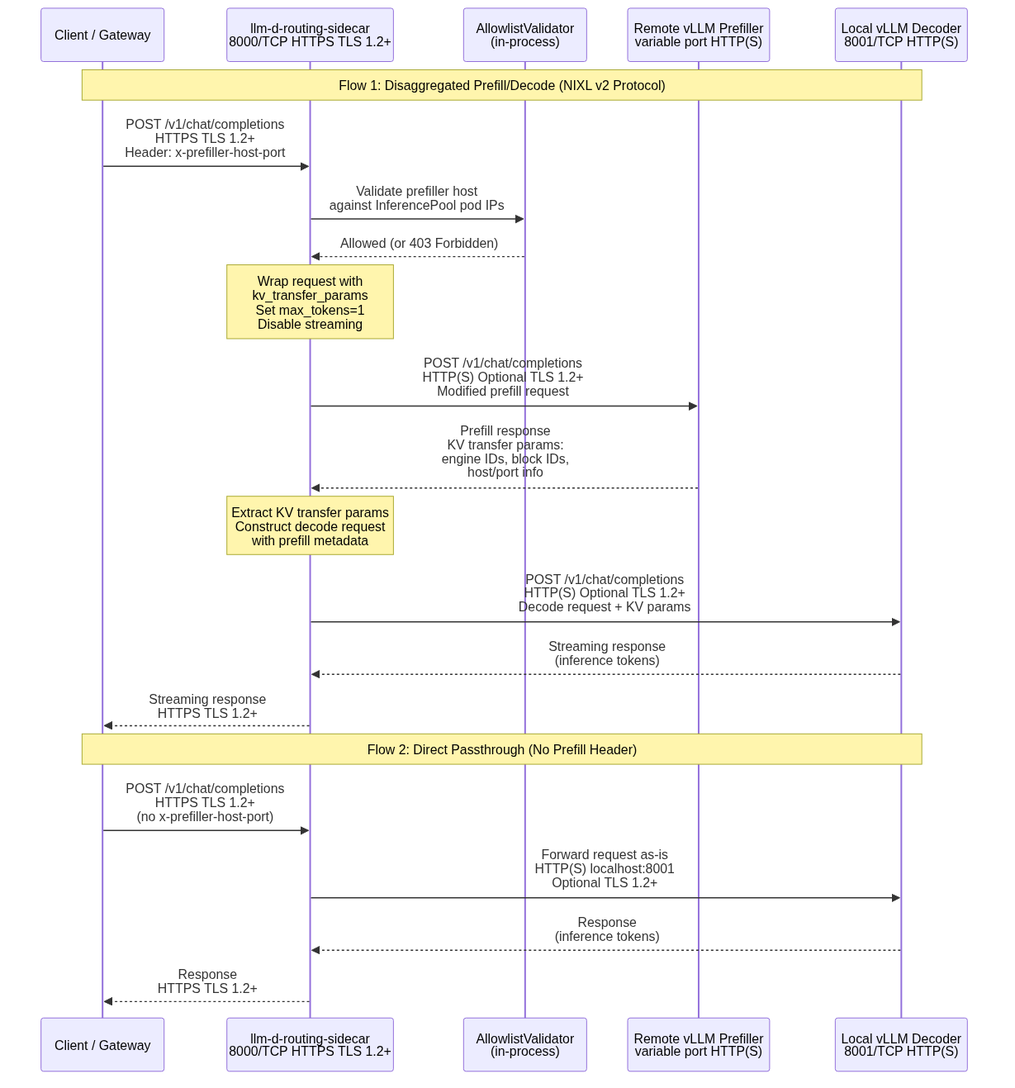
Before: architecture/rhoai.next/diagrams/llm-d-routing-sidecar-dataflow.png, a diagram exported from Mermaid (rhuss/architecture-context). Its source is kept beside it as architecture/rhoai.next/diagrams/llm-d-routing-sidecar-dataflow.mmd.
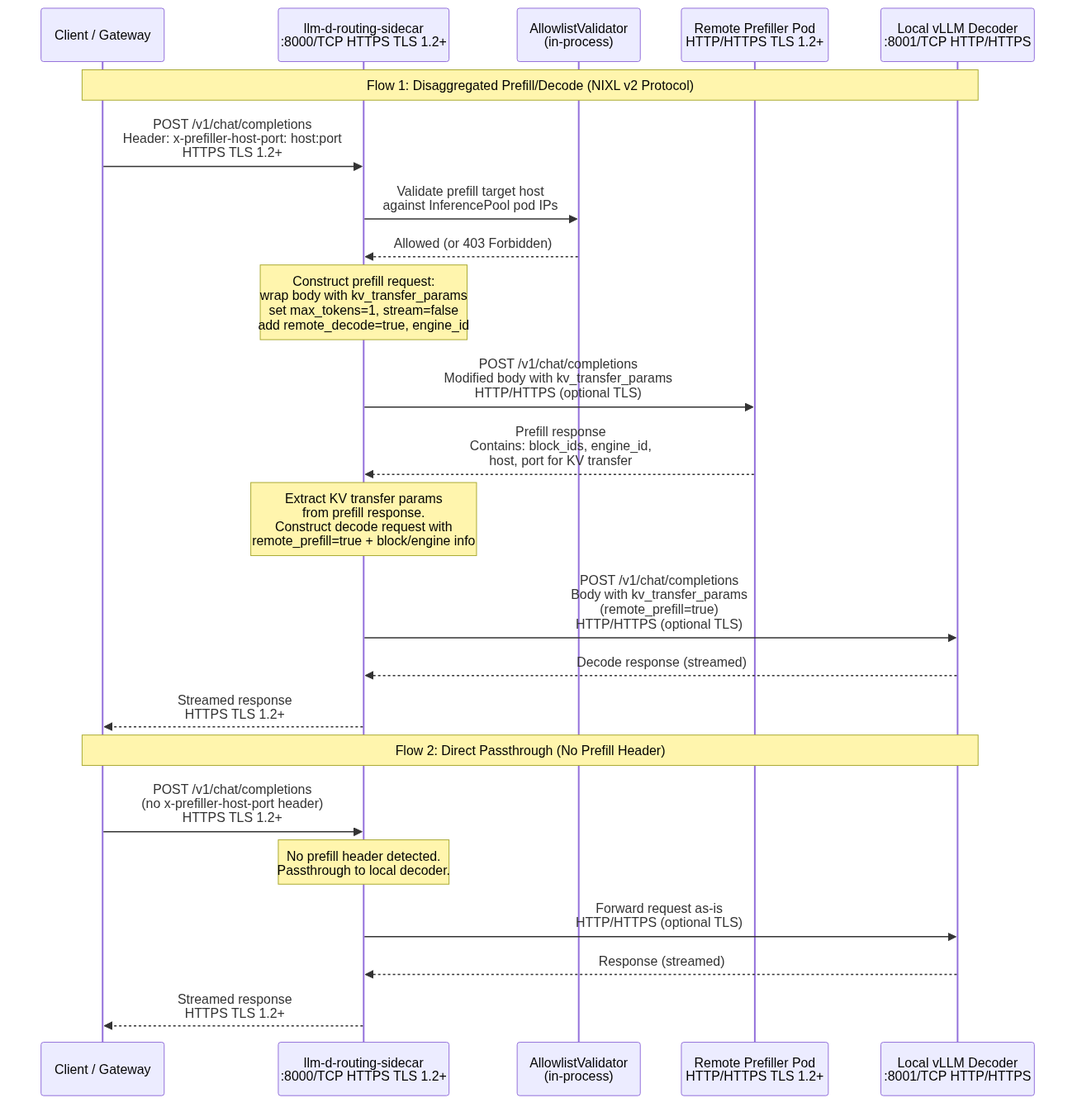
After the commit.

Diff of the diagram source:
```diff
@@ -1,37 +1,33 @@
 sequenceDiagram
     participant Client as Client / Gateway
-    participant Sidecar as llm-d-routing-sidecar<br/>8000/TCP HTTPS TLS 1.2+
+    participant Sidecar as llm-d-routing-sidecar<br/>:8000/TCP HTTPS TLS 1.2+
     participant Allowlist as AllowlistValidator<br/>(in-process)
-    participant Prefiller as Remote vLLM Prefiller<br/>variable port HTTP(S)
-    participant Decoder as Local vLLM Decoder<br/>8001/TCP HTTP(S)
+    participant Prefiller as Remote Prefiller Pod<br/>HTTP/HTTPS TLS 1.2+
+    participant Decoder as Local vLLM Decoder<br/>:8001/TCP HTTP/HTTPS
 
     Note over Client,Decoder: Flow 1: Disaggregated Prefill/Decode (NIXL v2 Protocol)
 
-    Client->>Sidecar: POST /v1/chat/completions<br/>HTTPS TLS 1.2+<br/>Header: x-prefiller-host-port
-
-    Sidecar->>Allowlist: Validate prefiller host<br/>against InferencePool pod IPs
+    Client->>Sidecar: POST /v1/chat/completions<br/>Header: x-prefiller-host-port: host:port<br/>HTTPS TLS 1.2+
+    Sidecar->>Allowlist: Validate prefill target host<br/>against InferencePool pod IPs
     Allowlist-->>Sidecar: Allowed (or 403 Forbidden)
 
-    Note over Sidecar: Wrap request with<br/>kv_transfer_params<br/>Set max_tokens=1<br/>Disable streaming
+    Note over Sidecar: Construct prefill request:<br/>wrap body with kv_transfer_params<br/>set max_tokens=1, stream=false<br/>add remote_decode=true, engine_id
 
-    Sidecar->>Prefiller: POST /v1/chat/completions<br/>HTTP(S) Optional TLS 1.2+<br/>Modified prefill request
+    Sidecar->>Prefiller: POST /v1/chat/completions<br/>Modified body with kv_transfer_params<br/>HTTP/HTTPS (optional TLS)
+    Prefiller-->>Sidecar: Prefill response<br/>Contains: block_ids, engine_id,<br/>host, port for KV transfer
 
-    Prefiller-->>Sidecar: Prefill response<br/>KV transfer params:<br/>engine IDs, block IDs,<br/>host/port info
+    Note over Sidecar: Extract KV transfer params<br/>from prefill response.<br/>Construct decode request with<br/>remote_prefill=true + block/engine info
 
-    Note over Sidecar: Extract KV transfer params<br/>Construct decode request<br/>with prefill metadata
-
-    Sidecar->>Decoder: POST /v1/chat/completions<br/>HTTP(S) Optional TLS 1.2+<br/>Decode request + KV params
-
-    Decoder-->>Sidecar: Streaming response<br/>(inference tokens)
-
-    Sidecar-->>Client: Streaming response<br/>HTTPS TLS 1.2+
+    Sidecar->>Decoder: POST /v1/chat/completions<br/>Body with kv_transfer_params<br/>(remote_prefill=true)<br/>HTTP/HTTPS (optional TLS)
+    Decoder-->>Sidecar: Decode response (streamed)
+    Sidecar-->>Client: Streamed response<br/>HTTPS TLS 1.2+
 
     Note over Client,Decoder: Flow 2: Direct Passthrough (No Prefill Header)
 
-    Client->>Sidecar: POST /v1/chat/completions<br/>HTTPS TLS 1.2+<br/>(no x-prefiller-host-port)
+    Client->>Sidecar: POST /v1/chat/completions<br/>(no x-prefiller-host-port header)<br/>HTTPS TLS 1.2+
 
-    Sidecar->>Decoder: Forward request as-is<br/>HTTP(S) localhost:8001<br/>Optional TLS 1.2+
+    Note over Sidecar: No prefill header detected.<br/>Passthrough to local decoder.
 
-    Decoder-->>Sidecar: Response<br/>(inference tokens)
-
-    Sidecar-->>Client: Response<br/>HTTPS TLS 1.2+
+    Sidecar->>Decoder: Forward request as-is<br/>HTTP/HTTPS (optional TLS)
+    Decoder-->>Sidecar: Response (streamed)
+    Sidecar-->>Client: Streamed response<br/>HTTPS TLS 1.2+
```
